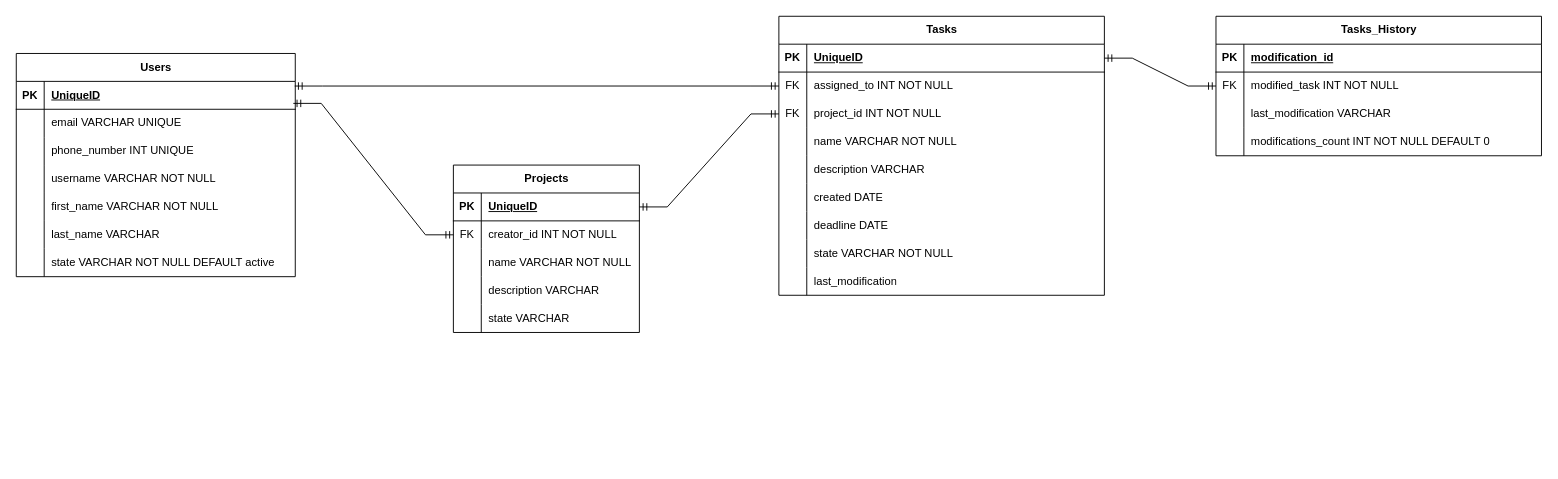
This is ERD.drawio from Aram-TA/test_app, a draw.io file, before an edit. Source tidied: cells renumbered, new cells numbered last; positions are measured from the earlier drawing's top-left corner, leaving out a move shared by most shapes. Both pictures are drawn from the tidied source at 93%, with x=0, y=0 at pixel (16, 16).
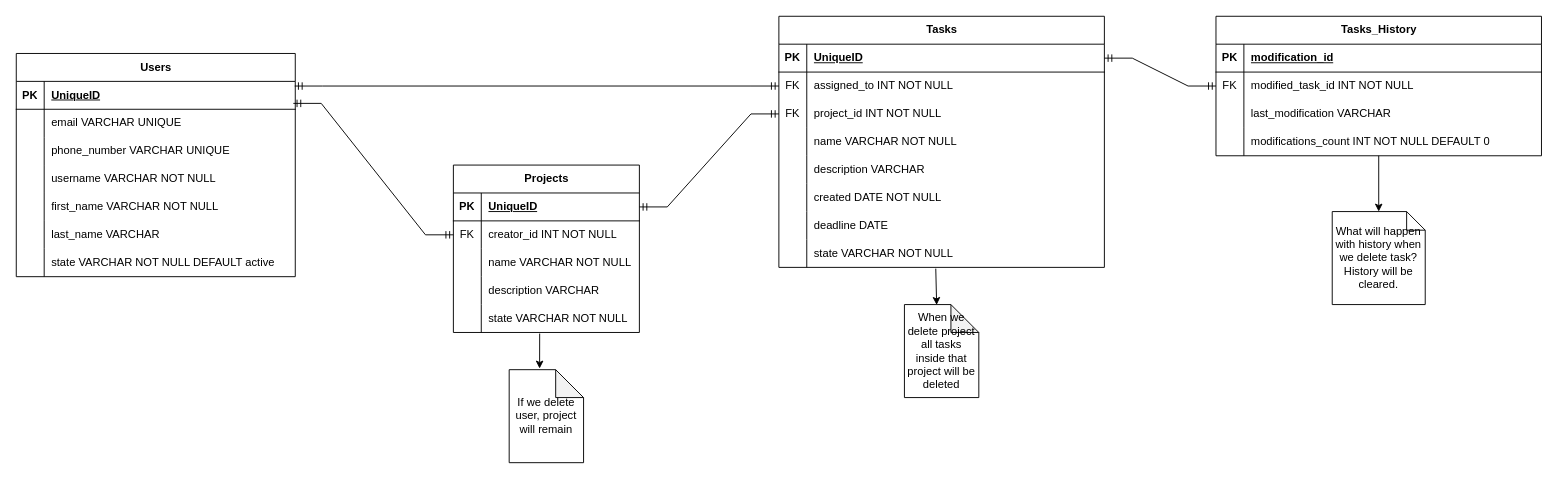
The same diagram, later.

The change refers to these unchanged cells:
```xml
<mxCell id="9" style="shape=tableRow;horizontal=0;startSize=0;swimlaneHead=0;swimlaneBody=0;fillColor=none;top=0;left=0;right=0;bottom=0;" parent="2" vertex="1">
  <mxGeometry y="90" width="300" height="30" as="geometry" />
</mxCell>
<mxCell id="37" style="shape=tableRow;horizontal=0;startSize=0;swimlaneHead=0;swimlaneBody=0;fillColor=none;points=[[0,0.5],[1,0.5]];portConstraint=eastwest;top=0;left=0;right=0;bottom=0;" parent="24" vertex="1">
  <mxGeometry y="150" width="200" height="30" as="geometry" />
</mxCell>
<mxCell id="56" style="shape=tableRow;horizontal=0;startSize=0;swimlaneHead=0;swimlaneBody=0;fillColor=none;top=0;left=0;right=0;bottom=0;" parent="40" vertex="1">
  <mxGeometry y="180" width="350" height="30" as="geometry" />
</mxCell>
<mxCell id="62" style="shape=tableRow;horizontal=0;startSize=0;swimlaneHead=0;swimlaneBody=0;fillColor=none;points=[[0,0.5],[1,0.5]];portConstraint=eastwest;top=0;left=0;right=0;bottom=0;" parent="40" vertex="1">
  <mxGeometry y="240" width="350" height="30" as="geometry" />
</mxCell>
<mxCell id="75" style="shape=tableRow;horizontal=0;startSize=0;swimlaneHead=0;swimlaneBody=0;fillColor=none;points=[[0,0.5],[1,0.5]];portConstraint=eastwest;top=0;left=0;right=0;bottom=0;" parent="71" vertex="1">
  <mxGeometry y="60" width="350" height="30" as="geometry" />
</mxCell>
<mxCell id="81" style="shape=tableRow;horizontal=0;startSize=0;swimlaneHead=0;swimlaneBody=0;fillColor=none;points=[[0,0.5],[1,0.5]];portConstraint=eastwest;top=0;left=0;right=0;bottom=0;" parent="71" vertex="1">
  <mxGeometry y="120" width="350" height="30" as="geometry" />
</mxCell>
```

What changed in the source:
```diff
@@
-    <mxCell id="11" value="phone_number INT UNIQUE" style="shape=partialRectangle;fillColor=none;top=0;left=0;bottom=0;right=0;align=left;spacingLeft=6;overflow=hidden;whiteSpace=wrap;html=1;" parent="9" vertex="1">
+    <mxCell id="11" value="phone_number VARCHAR UNIQUE" style="shape=partialRectangle;fillColor=none;top=0;left=0;bottom=0;right=0;align=left;spacingLeft=6;overflow=hidden;whiteSpace=wrap;html=1;" parent="9" vertex="1">
       <mxGeometry x="30" width="270" height="30" as="geometry" />
     </mxCell>
@@
-    <mxCell id="39" value="state VARCHAR" style="shape=partialRectangle;fillColor=none;top=0;left=0;bottom=0;right=0;align=left;spacingLeft=6;overflow=hidden;whiteSpace=wrap;html=1;" parent="37" vertex="1">
+    <mxCell id="39" value="state VARCHAR NOT NULL" style="shape=partialRectangle;fillColor=none;top=0;left=0;bottom=0;right=0;align=left;spacingLeft=6;overflow=hidden;whiteSpace=wrap;html=1;" parent="37" vertex="1">
       <mxGeometry x="30" width="170" height="30" as="geometry" />
     </mxCell>
     <mxCell id="40" value="Tasks" style="shape=table;startSize=30;childLayout=tableLayout;rowLines=0;fontStyle=1;align=center;html=1;" parent="1" vertex="1">
-      <mxGeometry x="820" width="350" height="300" as="geometry" />
+      <mxGeometry x="820" width="350" height="270" as="geometry" />
     </mxCell>
@@
-    <mxCell id="58" value="created DATE" style="shape=partialRectangle;fillColor=none;top=0;left=0;bottom=0;right=0;align=left;spacingLeft=6;overflow=hidden;whiteSpace=wrap;html=1;" parent="56" vertex="1">
+    <mxCell id="58" value="created DATE NOT NULL" style="shape=partialRectangle;fillColor=none;top=0;left=0;bottom=0;right=0;align=left;spacingLeft=6;overflow=hidden;whiteSpace=wrap;html=1;" parent="56" vertex="1">
       <mxGeometry x="30" width="320" height="30" as="geometry" />
     </mxCell>
@@
-    <mxCell id="65" style="shape=tableRow;horizontal=0;startSize=0;swimlaneHead=0;swimlaneBody=0;fillColor=none;top=0;left=0;right=0;bottom=0;" parent="40" vertex="1">
-      <mxGeometry y="270" width="350" height="30" as="geometry" />
-    </mxCell>
-    <mxCell id="66" style="shape=partialRectangle;fillColor=none;top=0;left=0;bottom=0;right=0;overflow=hidden;whiteSpace=wrap;html=1;" parent="65" vertex="1">
-      <mxGeometry width="30" height="30" as="geometry" />
-    </mxCell>
-    <mxCell id="67" value="last_modification" style="shape=partialRectangle;fillColor=none;top=0;left=0;bottom=0;right=0;align=left;spacingLeft=6;overflow=hidden;whiteSpace=wrap;html=1;" parent="65" vertex="1">
-      <mxGeometry x="30" width="320" height="30" as="geometry" />
-    </mxCell>
@@
-    <mxCell id="77" value="modified_task INT NOT NULL" style="shape=partialRectangle;fillColor=none;top=0;left=0;bottom=0;right=0;align=left;spacingLeft=6;overflow=hidden;whiteSpace=wrap;html=1;" parent="75" vertex="1">
+    <mxCell id="77" value="modified_task_id INT NOT NULL" style="shape=partialRectangle;fillColor=none;top=0;left=0;bottom=0;right=0;align=left;spacingLeft=6;overflow=hidden;whiteSpace=wrap;html=1;" parent="75" vertex="1">
       <mxGeometry x="30" width="320" height="30" as="geometry" />
     </mxCell>
@@
+    <mxCell id="85" value="What will happen with history when we delete task?&lt;br&gt;History will be cleared." style="shape=note;size=20;whiteSpace=wrap;html=1;" parent="1" vertex="1">
+      <mxGeometry x="1415" y="210" width="100" height="100" as="geometry" />
+    </mxCell>
+    <mxCell id="86" style="endArrow=classic;html=1;rounded=0;entryX=0.5;entryY=0;entryDx=0;entryDy=0;entryPerimeter=0;" parent="1" edge="1" source="81" target="85">
+      <mxGeometry relative="1" as="geometry" />
+    </mxCell>
+    <mxCell id="87" value="When we delete project all tasks inside that project will be deleted" style="shape=note;whiteSpace=wrap;html=1;backgroundOutline=1;darkOpacity=0.05;" parent="1" vertex="1">
+      <mxGeometry x="955" y="310" width="80" height="100" as="geometry" />
+    </mxCell>
+    <mxCell id="88" style="endArrow=classic;html=1;rounded=0;exitX=0.482;exitY=1.045;exitDx=0;exitDy=0;exitPerimeter=0;entryX=0.433;entryY=0.004;entryDx=0;entryDy=0;entryPerimeter=0;" parent="1" edge="1" source="62" target="87">
+      <mxGeometry relative="1" as="geometry" />
+    </mxCell>
+    <mxCell id="89" value="If we delete user, project will remain" style="shape=note;whiteSpace=wrap;html=1;backgroundOutline=1;darkOpacity=0.05;" parent="1" vertex="1">
+      <mxGeometry x="530" y="380" width="80" height="100" as="geometry" />
+    </mxCell>
+    <mxCell id="90" style="endArrow=classic;html=1;rounded=0;entryX=0.409;entryY=-0.012;entryDx=0;entryDy=0;entryPerimeter=0;exitX=0.464;exitY=1.038;exitDx=0;exitDy=0;exitPerimeter=0;" parent="1" edge="1" source="37" target="89">
+      <mxGeometry relative="1" as="geometry" />
+    </mxCell>
```
